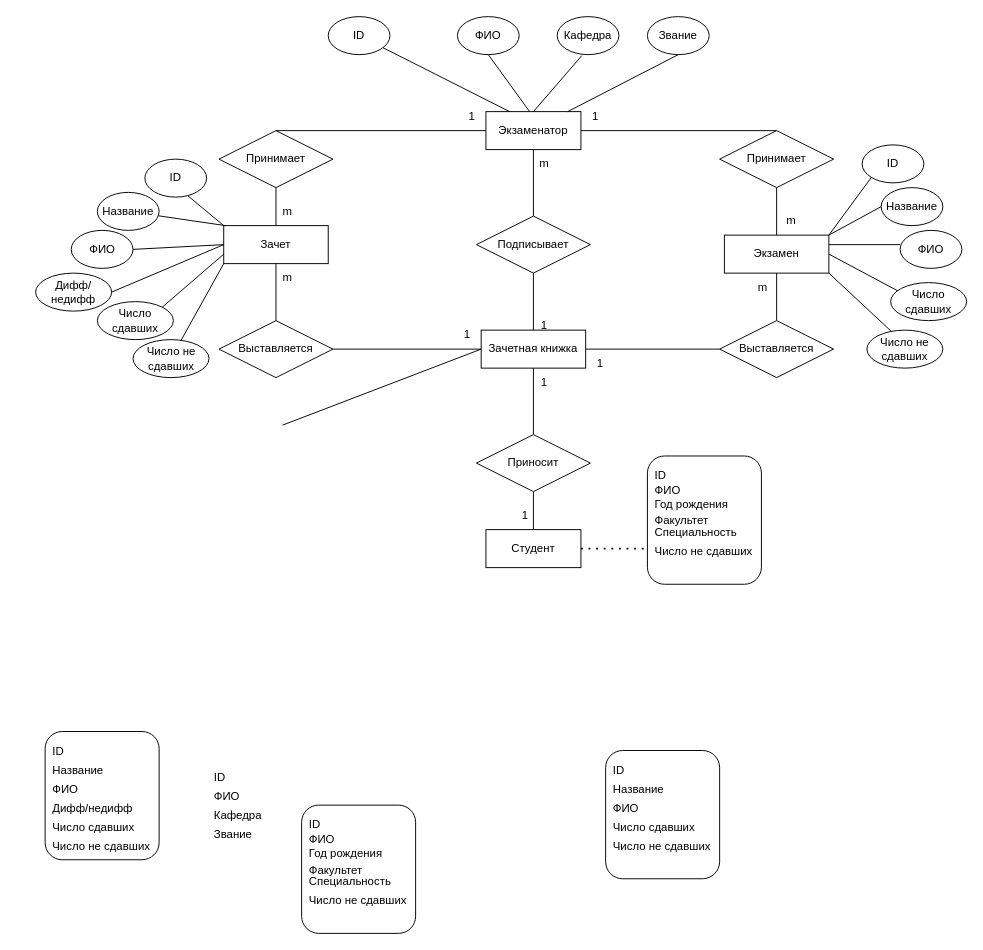
This is Session.drawio from LisaShymkovich/BSU_DBMS_Lab_4, a draw.io file, before an edit. Source tidied: cells renumbered, new cells numbered last; positions are measured from the earlier drawing's top-left corner, leaving out a move shared by most shapes. Both pictures are drawn from the tidied source at 95%, with x=0, y=0 at pixel (16, 16).
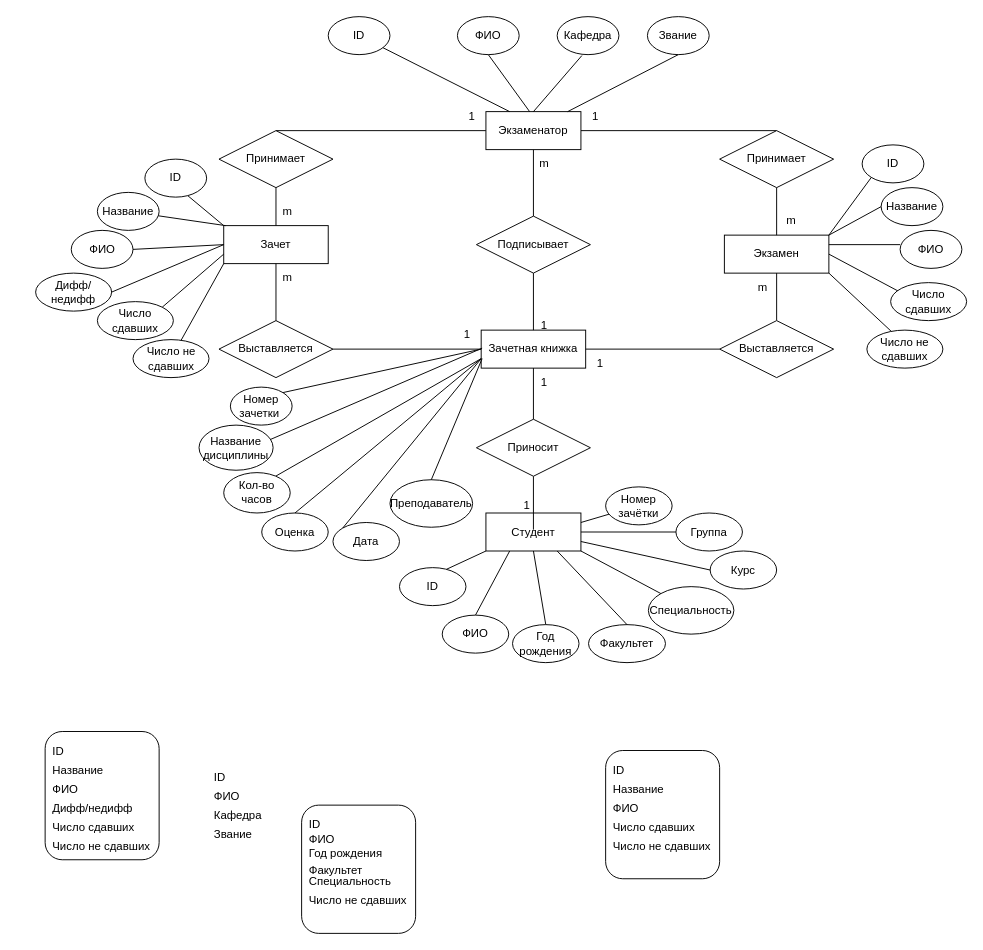
After the change.

The change refers to these unchanged cells:
```xml
<mxCell id="6" value="Зачетная книжка" style="html=1;whiteSpace=wrap;" parent="1" vertex="1">
  <mxGeometry x="489" y="330" width="110" height="40" as="geometry" />
</mxCell>
<mxCell id="30" value="1" style="text;html=1;align=center;verticalAlign=middle;points=[];strokeColor=none;fillColor=none;" parent="1" vertex="1">
  <mxGeometry x="459" y="320" width="30" height="30" as="geometry" />
</mxCell>
<mxCell id="84" style="shape=tableRow;horizontal=0;startSize=0;swimlaneHead=0;swimlaneBody=0;fillColor=none;top=0;left=0;right=0;bottom=0;" parent="83" vertex="1">
  <mxGeometry width="176" height="20" as="geometry" />
</mxCell>
```

The edit, as a diff of the source:
```diff
@@
     <mxCell id="2" value="Студент" style="whiteSpace=wrap;html=1;align=center;" parent="1" vertex="1">
-      <mxGeometry x="494" y="540" width="100" height="40" as="geometry" />
+      <mxGeometry x="494" y="522.5" width="100" height="40" as="geometry" />
     </mxCell>
@@
     <mxCell id="10" value="Приносит" style="shape=rhombus;perimeter=rhombusPerimeter;whiteSpace=wrap;html=1;align=center;" parent="1" vertex="1">
-      <mxGeometry x="484" y="440" width="120" height="60" as="geometry" />
+      <mxGeometry x="484" y="423.8" width="120" height="60" as="geometry" />
     </mxCell>
@@
     <mxCell id="26" value="1" style="text;html=1;align=center;verticalAlign=middle;strokeColor=none;fillColor=none;" parent="1" vertex="1">
-      <mxGeometry x="520" y="510" width="30" height="30" as="geometry" />
+      <mxGeometry x="522" y="500" width="30" height="30" as="geometry" />
     </mxCell>
@@
-    <mxCell id="77" style="endArrow=none;dashed=1;html=1;dashPattern=1 3;strokeWidth=2;rounded=0;exitX=1;exitY=0.5;exitDx=0;exitDy=0;" parent="1" edge="1" source="2">
-      <mxGeometry relative="1" as="geometry">
-        <mxPoint x="680" y="560" as="targetPoint" />
-      </mxGeometry>
-    </mxCell>
-    <mxCell id="78" style="rounded=1;whiteSpace=wrap;html=1;" parent="1" vertex="1">
-      <mxGeometry x="664" y="462.5" width="120" height="135" as="geometry" />
-    </mxCell>
-    <mxCell id="79" style="shape=table;startSize=0;childLayout=tableLayout;rowLines=0;fontStyle=0;align=center;strokeColor=none;fillColor=none;whiteSpace=wrap;html=1;" parent="1" vertex="1">
-      <mxGeometry x="634" y="472.5" width="180" height="20" as="geometry" />
-    </mxCell>
-    <mxCell id="80" style="shape=tableRow;horizontal=0;startSize=0;swimlaneHead=0;swimlaneBody=0;fillColor=none;top=0;left=0;right=0;bottom=0;" parent="79" vertex="1">
-      <mxGeometry width="180" height="20" as="geometry" />
-    </mxCell>
-    <mxCell id="81" style="shape=partialRectangle;fillColor=none;top=0;left=0;bottom=0;right=0;overflow=hidden;" parent="80" vertex="1">
-      <mxGeometry width="30" height="20" as="geometry" />
-    </mxCell>
-    <mxCell id="82" value="ID" style="shape=partialRectangle;fillColor=none;top=0;left=0;bottom=0;right=0;align=left;spacingLeft=6;overflow=hidden;" parent="80" vertex="1">
-      <mxGeometry x="30" width="150" height="20" as="geometry" />
-    </mxCell>
@@
-    <mxCell id="86" value="Год рождения" style="shape=partialRectangle;fillColor=none;top=0;left=0;bottom=0;right=0;align=left;spacingLeft=6;overflow=hidden;" parent="84" vertex="1">
+    <mxCell id="86" style="shape=partialRectangle;fillColor=none;top=0;left=0;bottom=0;right=0;align=left;spacingLeft=6;overflow=hidden;" parent="84" vertex="1">
       <mxGeometry x="30" width="146" height="20" as="geometry" />
     </mxCell>
-    <mxCell id="87" value="ФИО" style="shape=partialRectangle;fillColor=none;top=0;left=0;bottom=0;right=0;align=left;spacingLeft=6;overflow=hidden;" parent="1" vertex="1">
-      <mxGeometry x="664" y="487.5" width="150" height="20" as="geometry" />
-    </mxCell>
-    <mxCell id="88" value="Факультет" style="shape=partialRectangle;fillColor=none;top=0;left=0;bottom=0;right=0;align=left;spacingLeft=6;overflow=hidden;" parent="1" vertex="1">
-      <mxGeometry x="664" y="520" width="150" height="20" as="geometry" />
-    </mxCell>
-    <mxCell id="89" value="Число не сдавших" style="shape=partialRectangle;fillColor=none;top=0;left=0;bottom=0;right=0;align=left;spacingLeft=6;overflow=hidden;" parent="1" vertex="1">
-      <mxGeometry x="664" y="552.5" width="150" height="20" as="geometry" />
-    </mxCell>
-    <mxCell id="90" value="Специальность " style="shape=partialRectangle;fillColor=none;top=0;left=0;bottom=0;right=0;align=left;spacingLeft=6;overflow=hidden;" parent="1" vertex="1">
-      <mxGeometry x="664" y="532.5" width="150" height="20" as="geometry" />
-    </mxCell>
@@
-    <mxCell id="128" style="endArrow=none;html=1;rounded=0;exitX=0;exitY=0.5;exitDx=0;exitDy=0;" parent="1" edge="1" source="6">
-      <mxGeometry relative="1" as="geometry">
-        <mxPoint x="280" y="430" as="targetPoint" />
-      </mxGeometry>
+    <mxCell id="128" style="endArrow=none;html=1;rounded=0;exitX=0;exitY=0.5;exitDx=0;exitDy=0;entryX=1;entryY=0;entryDx=0;entryDy=0;" parent="1" edge="1" source="6" target="129">
+      <mxGeometry relative="1" as="geometry" />
     </mxCell>
+    <mxCell id="129" value="Номер зачетки&amp;nbsp;" style="ellipse;whiteSpace=wrap;html=1;" parent="1" vertex="1">
+      <mxGeometry x="225" y="390" width="65" height="40" as="geometry" />
+    </mxCell>
+    <mxCell id="130" style="endArrow=none;html=1;rounded=0;exitX=1.033;exitY=0.967;exitDx=0;exitDy=0;exitPerimeter=0;entryX=0.954;entryY=0.325;entryDx=0;entryDy=0;entryPerimeter=0;" parent="1" edge="1" source="30" target="131">
+      <mxGeometry relative="1" as="geometry" />
+    </mxCell>
+    <mxCell id="131" value="Название дисциплины" style="ellipse;whiteSpace=wrap;html=1;" parent="1" vertex="1">
+      <mxGeometry x="192" y="430" width="78" height="47.5" as="geometry" />
+    </mxCell>
+    <mxCell id="132" style="endArrow=none;html=1;rounded=0;exitX=0;exitY=0.75;exitDx=0;exitDy=0;entryX=0.775;entryY=0.094;entryDx=0;entryDy=0;entryPerimeter=0;" parent="1" edge="1" source="6" target="133">
+      <mxGeometry relative="1" as="geometry" />
+    </mxCell>
+    <mxCell id="133" value="Кол-во часов" style="ellipse;whiteSpace=wrap;html=1;" parent="1" vertex="1">
+      <mxGeometry x="218" y="480" width="70" height="42.5" as="geometry" />
+    </mxCell>
+    <mxCell id="134" value="Оценка" style="ellipse;whiteSpace=wrap;html=1;" parent="1" vertex="1">
+      <mxGeometry x="258" y="522.5" width="70" height="40" as="geometry" />
+    </mxCell>
+    <mxCell id="135" style="endArrow=none;html=1;rounded=0;exitX=0;exitY=0.75;exitDx=0;exitDy=0;entryX=0.5;entryY=0;entryDx=0;entryDy=0;" parent="1" edge="1" source="6" target="134">
+      <mxGeometry relative="1" as="geometry" />
+    </mxCell>
+    <mxCell id="136" value="Дата" style="ellipse;whiteSpace=wrap;html=1;" parent="1" vertex="1">
+      <mxGeometry x="333" y="532.5" width="70" height="40" as="geometry" />
+    </mxCell>
+    <mxCell id="137" style="endArrow=none;html=1;rounded=0;exitX=0;exitY=0.75;exitDx=0;exitDy=0;entryX=0;entryY=0;entryDx=0;entryDy=0;" parent="1" edge="1" source="6" target="136">
+      <mxGeometry relative="1" as="geometry" />
+    </mxCell>
+    <mxCell id="138" value="Преподаватель" style="ellipse;whiteSpace=wrap;html=1;" parent="1" vertex="1">
+      <mxGeometry x="393" y="487.5" width="87" height="50" as="geometry" />
+    </mxCell>
+    <mxCell id="139" style="endArrow=none;html=1;rounded=0;entryX=0.5;entryY=0;entryDx=0;entryDy=0;" parent="1" edge="1" target="138">
+      <mxGeometry relative="1" as="geometry">
+        <mxPoint x="490" y="360" as="sourcePoint" />
+      </mxGeometry>
+    </mxCell>
+    <mxCell id="140" style="endArrow=none;html=1;rounded=0;exitX=0;exitY=1;exitDx=0;exitDy=0;entryX=0.705;entryY=0.046;entryDx=0;entryDy=0;entryPerimeter=0;" parent="1" edge="1" source="2" target="82">
+      <mxGeometry relative="1" as="geometry" />
+    </mxCell>
+    <mxCell id="82" value="ID" style="ellipse;whiteSpace=wrap;html=1;" parent="1" vertex="1">
+      <mxGeometry x="403" y="580" width="70" height="40" as="geometry" />
+    </mxCell>
+    <mxCell id="87" value="ФИО" style="ellipse;whiteSpace=wrap;html=1;" parent="1" vertex="1">
+      <mxGeometry x="448" y="630" width="70" height="40" as="geometry" />
+    </mxCell>
+    <mxCell id="141" style="endArrow=none;html=1;rounded=0;entryX=0.5;entryY=0;entryDx=0;entryDy=0;exitX=0.25;exitY=1;exitDx=0;exitDy=0;" parent="1" edge="1" source="2" target="87">
+      <mxGeometry relative="1" as="geometry" />
+    </mxCell>
+    <mxCell id="142" style="endArrow=none;html=1;rounded=0;exitX=0.5;exitY=1;exitDx=0;exitDy=0;entryX=0.5;entryY=0;entryDx=0;entryDy=0;" parent="1" edge="1" source="2" target="143">
+      <mxGeometry relative="1" as="geometry" />
+    </mxCell>
+    <mxCell id="143" value="Год рождения" style="ellipse;whiteSpace=wrap;html=1;" parent="1" vertex="1">
+      <mxGeometry x="522" y="640" width="70" height="40" as="geometry" />
+    </mxCell>
+    <mxCell id="88" value="Факультет" style="ellipse;whiteSpace=wrap;html=1;" parent="1" vertex="1">
+      <mxGeometry x="602" y="640" width="81" height="40" as="geometry" />
+    </mxCell>
+    <mxCell id="90" value="Специальность" style="ellipse;whiteSpace=wrap;html=1;" parent="1" vertex="1">
+      <mxGeometry x="665" y="600" width="90" height="50" as="geometry" />
+    </mxCell>
+    <mxCell id="144" style="endArrow=none;html=1;rounded=0;exitX=0.75;exitY=1;exitDx=0;exitDy=0;entryX=0.5;entryY=0;entryDx=0;entryDy=0;" parent="1" edge="1" source="2" target="88">
+      <mxGeometry relative="1" as="geometry" />
+    </mxCell>
+    <mxCell id="145" style="endArrow=none;html=1;rounded=0;entryX=0;entryY=0;entryDx=0;entryDy=0;exitX=1;exitY=1;exitDx=0;exitDy=0;" parent="1" edge="1" source="2" target="90">
+      <mxGeometry relative="1" as="geometry" />
+    </mxCell>
+    <mxCell id="146" value="Курс" style="ellipse;whiteSpace=wrap;html=1;" parent="1" vertex="1">
+      <mxGeometry x="730" y="562.5" width="70" height="40" as="geometry" />
+    </mxCell>
+    <mxCell id="147" value="Группа" style="ellipse;whiteSpace=wrap;html=1;" parent="1" vertex="1">
+      <mxGeometry x="694" y="522.5" width="70" height="40" as="geometry" />
+    </mxCell>
+    <mxCell id="148" value="Номер зачётки" style="ellipse;whiteSpace=wrap;html=1;" parent="1" vertex="1">
+      <mxGeometry x="620" y="495" width="70" height="40" as="geometry" />
+    </mxCell>
+    <mxCell id="149" style="endArrow=none;html=1;rounded=0;exitX=1;exitY=0.75;exitDx=0;exitDy=0;entryX=0;entryY=0.5;entryDx=0;entryDy=0;" parent="1" edge="1" source="2" target="146">
+      <mxGeometry relative="1" as="geometry" />
+    </mxCell>
+    <mxCell id="150" style="endArrow=none;html=1;rounded=0;exitX=1;exitY=0.5;exitDx=0;exitDy=0;" parent="1" edge="1" source="2" target="147">
+      <mxGeometry relative="1" as="geometry" />
+    </mxCell>
+    <mxCell id="151" style="endArrow=none;html=1;rounded=0;exitX=1;exitY=0.25;exitDx=0;exitDy=0;" parent="1" edge="1" source="2" target="148">
+      <mxGeometry relative="1" as="geometry" />
+    </mxCell>
```
